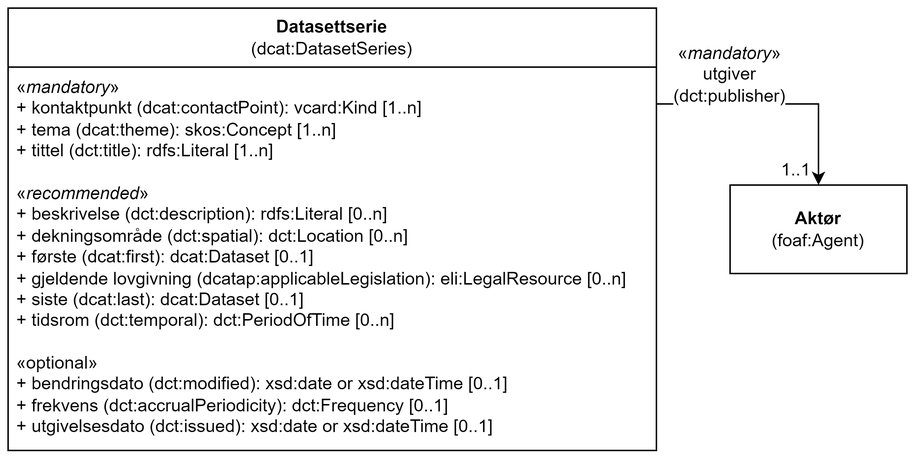
Informasjonsforvaltning/dcat-ap-no keeps this draw.io diagram as docs/images/Klassen-Datasettserie.png. Above is the earlier version. Source tidied: cells renumbered, new cells last; positions are measured from the earlier drawing's top-left corner, leaving out a move shared by most shapes. Source of this version:
```xml
<mxGraphModel>
  <root>
    <mxCell id="0" />
    <mxCell id="1" parent="0" />
    <mxCell id="2" value="Datasettserie&lt;br&gt;&lt;span style=&quot;font-weight: normal;&quot;&gt;(dcat:DatasetSeries)&lt;/span&gt;" style="swimlane;whiteSpace=wrap;html=1;startSize=40;" parent="1" vertex="1">
      <mxGeometry width="440" height="300" as="geometry" />
    </mxCell>
    <mxCell id="3" value="«&lt;i&gt;mandatory&lt;/i&gt;»&lt;br&gt;+ kontaktpunkt (dcat:contactPoint): vcard:Kind [1..n]&lt;br&gt;+ tema (dcat:theme): skos:Concept [1..n]&lt;br&gt;+ tittel (dct:title): rdfs:Literal [1..n]&lt;br&gt;&lt;br&gt;&lt;div&gt;«&lt;i&gt;recommended&lt;/i&gt;»&lt;/div&gt;&lt;div&gt;+ beskrivelse (dct:description): rdfs:Literal [0..n]&lt;/div&gt;&lt;div&gt;+ dekningsområde (dct:spatial): dct:Location [0..n]&lt;/div&gt;&lt;div&gt;+ første (dcat:first): dcat:Dataset [0..1]&lt;/div&gt;&lt;div&gt;+ gjeldende lovgivning (dcatap:applicableLegislation): eli:LegalResource [0..n]&lt;/div&gt;&lt;div&gt;+ siste (dcat:last): dcat:Dataset [0..1]&lt;/div&gt;&lt;div&gt;+ tidsrom (dct:temporal): dct:PeriodOfTime [0..n]&lt;/div&gt;&lt;div&gt;&lt;br&gt;&lt;/div&gt;&lt;div&gt;&lt;div&gt;«optional»&lt;/div&gt;&lt;div&gt;+ bendringsdato (dct:modified): xsd:date or xsd:dateTime [0..1]&lt;/div&gt;&lt;div&gt;+ frekvens (dct:accrualPeriodicity): dct:Frequency [0..1]&lt;/div&gt;&lt;div&gt;+ utgivelsesdato (dct:issued): xsd:date or xsd:dateTime [0..1]&lt;/div&gt;&lt;/div&gt;" style="text;strokeColor=none;fillColor=none;align=left;verticalAlign=top;spacingLeft=4;spacingRight=4;overflow=hidden;whiteSpace=wrap;html=1;" parent="2" vertex="1">
      <mxGeometry y="40" width="430" height="260" as="geometry" />
    </mxCell>
    <mxCell id="4" value="&lt;b&gt;Aktør&lt;/b&gt;&lt;br&gt;(foaf:Agent)" style="rounded=0;whiteSpace=wrap;html=1;" parent="1" vertex="1">
      <mxGeometry x="490" y="120" width="120" height="60" as="geometry" />
    </mxCell>
    <mxCell id="5" style="endArrow=classic;html=1;rounded=0;entryX=0.5;entryY=0;entryDx=0;entryDy=0;" parent="1" edge="1" target="4">
      <mxGeometry relative="1" as="geometry">
        <mxPoint x="440" y="65" as="sourcePoint" />
        <Array as="points">
          <mxPoint x="550" y="65" />
        </Array>
      </mxGeometry>
    </mxCell>
    <mxCell id="6" value="&lt;span style=&quot;background-color: rgb(255, 255, 255);&quot;&gt;«&lt;i style=&quot;border-color: var(--border-color); text-align: left;&quot;&gt;mandatory&lt;/i&gt;&lt;span style=&quot;text-align: left;&quot;&gt;»&lt;br&gt;&lt;/span&gt;utgiver (dct:publisher)&lt;/span&gt;" style="text;html=1;strokeColor=none;fillColor=none;align=center;verticalAlign=middle;whiteSpace=wrap;rounded=0;" parent="1" vertex="1">
      <mxGeometry x="460" y="30" width="60" height="30" as="geometry" />
    </mxCell>
    <mxCell id="7" value="1..1" style="text;html=1;strokeColor=none;fillColor=none;align=center;verticalAlign=middle;whiteSpace=wrap;rounded=0;" parent="1" vertex="1">
      <mxGeometry x="520" y="100" width="30" height="20" as="geometry" />
    </mxCell>
  </root>
</mxGraphModel>
```
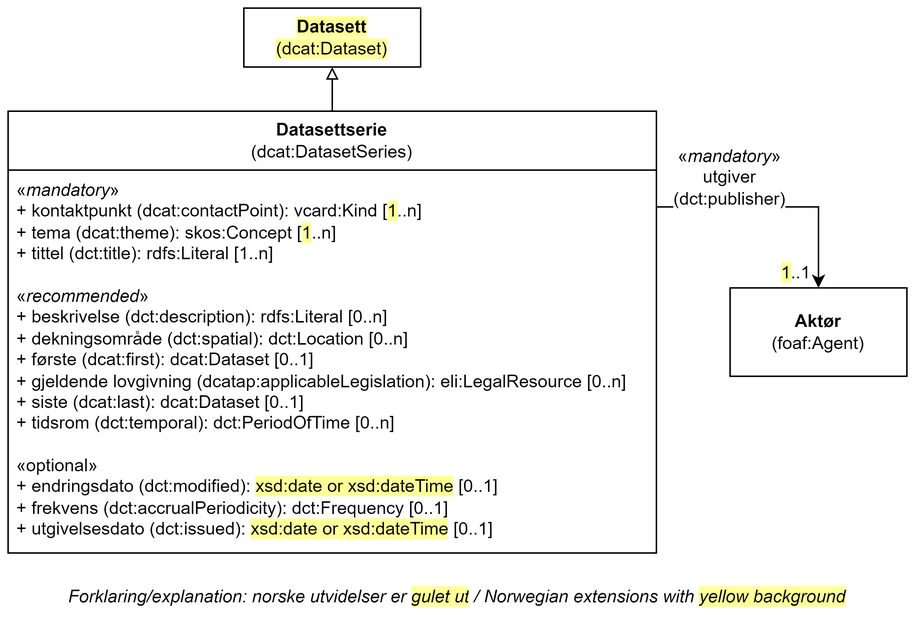
After the commit.

Commit message:
Oppdaterer norsk utvidelse, Datasettserie

Diff of the diagram source:
```diff
@@ -5,7 +5,7 @@
     <mxCell id="2" value="Datasettserie&lt;br&gt;&lt;span style=&quot;font-weight: normal;&quot;&gt;(dcat:DatasetSeries)&lt;/span&gt;" style="swimlane;whiteSpace=wrap;html=1;startSize=40;" parent="1" vertex="1">
       <mxGeometry width="440" height="300" as="geometry" />
     </mxCell>
-    <mxCell id="3" value="«&lt;i&gt;mandatory&lt;/i&gt;»&lt;br&gt;+ kontaktpunkt (dcat:contactPoint): vcard:Kind [1..n]&lt;br&gt;+ tema (dcat:theme): skos:Concept [1..n]&lt;br&gt;+ tittel (dct:title): rdfs:Literal [1..n]&lt;br&gt;&lt;br&gt;&lt;div&gt;«&lt;i&gt;recommended&lt;/i&gt;»&lt;/div&gt;&lt;div&gt;+ beskrivelse (dct:description): rdfs:Literal [0..n]&lt;/div&gt;&lt;div&gt;+ dekningsområde (dct:spatial): dct:Location [0..n]&lt;/div&gt;&lt;div&gt;+ første (dcat:first): dcat:Dataset [0..1]&lt;/div&gt;&lt;div&gt;+ gjeldende lovgivning (dcatap:applicableLegislation): eli:LegalResource [0..n]&lt;/div&gt;&lt;div&gt;+ siste (dcat:last): dcat:Dataset [0..1]&lt;/div&gt;&lt;div&gt;+ tidsrom (dct:temporal): dct:PeriodOfTime [0..n]&lt;/div&gt;&lt;div&gt;&lt;br&gt;&lt;/div&gt;&lt;div&gt;&lt;div&gt;«optional»&lt;/div&gt;&lt;div&gt;+ bendringsdato (dct:modified): xsd:date or xsd:dateTime [0..1]&lt;/div&gt;&lt;div&gt;+ frekvens (dct:accrualPeriodicity): dct:Frequency [0..1]&lt;/div&gt;&lt;div&gt;+ utgivelsesdato (dct:issued): xsd:date or xsd:dateTime [0..1]&lt;/div&gt;&lt;/div&gt;" style="text;strokeColor=none;fillColor=none;align=left;verticalAlign=top;spacingLeft=4;spacingRight=4;overflow=hidden;whiteSpace=wrap;html=1;" parent="2" vertex="1">
+    <mxCell id="3" value="«&lt;i&gt;mandatory&lt;/i&gt;»&lt;br&gt;+ kontaktpunkt (dcat:contactPoint): vcard:Kind [&lt;span style=&quot;background-color: rgb(255, 255, 153);&quot;&gt;1&lt;/span&gt;..n]&lt;br&gt;+ tema (dcat:theme): skos:Concept [&lt;span style=&quot;background-color: rgb(255, 255, 153);&quot;&gt;1&lt;/span&gt;..n]&lt;br&gt;+ tittel (dct:title): rdfs:Literal [1..n]&lt;br&gt;&lt;br&gt;&lt;div&gt;«&lt;i&gt;recommended&lt;/i&gt;»&lt;/div&gt;&lt;div&gt;+ beskrivelse (dct:description): rdfs:Literal [0..n]&lt;/div&gt;&lt;div&gt;+ dekningsområde (dct:spatial): dct:Location [0..n]&lt;/div&gt;&lt;div&gt;+ første (dcat:first): dcat:Dataset [0..1]&lt;/div&gt;&lt;div&gt;+ gjeldende lovgivning (dcatap:applicableLegislation): eli:LegalResource [0..n]&lt;/div&gt;&lt;div&gt;+ siste (dcat:last): dcat:Dataset [0..1]&lt;/div&gt;&lt;div&gt;+ tidsrom (dct:temporal): dct:PeriodOfTime [0..n]&lt;/div&gt;&lt;div&gt;&lt;br&gt;&lt;/div&gt;&lt;div&gt;&lt;div&gt;«optional»&lt;/div&gt;&lt;div&gt;+ endringsdato (dct:modified): &lt;span style=&quot;background-color: rgb(255, 255, 153);&quot;&gt;xsd:date or xsd:dateTime&lt;/span&gt; [0..1]&lt;/div&gt;&lt;div&gt;+ frekvens (dct:accrualPeriodicity): dct:Frequency [0..1]&lt;/div&gt;&lt;div&gt;+ utgivelsesdato (dct:issued): &lt;span style=&quot;background-color: rgb(255, 255, 153);&quot;&gt;xsd:date or xsd:dateTime&lt;/span&gt; [0..1]&lt;/div&gt;&lt;/div&gt;" style="text;strokeColor=none;fillColor=none;align=left;verticalAlign=top;spacingLeft=4;spacingRight=4;overflow=hidden;whiteSpace=wrap;html=1;" parent="2" vertex="1">
       <mxGeometry y="40" width="430" height="260" as="geometry" />
     </mxCell>
     <mxCell id="4" value="&lt;b&gt;Aktør&lt;/b&gt;&lt;br&gt;(foaf:Agent)" style="rounded=0;whiteSpace=wrap;html=1;" parent="1" vertex="1">
@@ -22,8 +22,19 @@
     <mxCell id="6" value="&lt;span style=&quot;background-color: rgb(255, 255, 255);&quot;&gt;«&lt;i style=&quot;border-color: var(--border-color); text-align: left;&quot;&gt;mandatory&lt;/i&gt;&lt;span style=&quot;text-align: left;&quot;&gt;»&lt;br&gt;&lt;/span&gt;utgiver (dct:publisher)&lt;/span&gt;" style="text;html=1;strokeColor=none;fillColor=none;align=center;verticalAlign=middle;whiteSpace=wrap;rounded=0;" parent="1" vertex="1">
       <mxGeometry x="460" y="30" width="60" height="30" as="geometry" />
     </mxCell>
-    <mxCell id="7" value="1..1" style="text;html=1;strokeColor=none;fillColor=none;align=center;verticalAlign=middle;whiteSpace=wrap;rounded=0;" parent="1" vertex="1">
+    <mxCell id="7" value="&lt;span style=&quot;background-color: rgb(255, 255, 153);&quot;&gt;1&lt;/span&gt;..1" style="text;html=1;strokeColor=none;fillColor=none;align=center;verticalAlign=middle;whiteSpace=wrap;rounded=0;" parent="1" vertex="1">
       <mxGeometry x="520" y="100" width="30" height="20" as="geometry" />
     </mxCell>
+    <mxCell id="8" style="edgeStyle=orthogonalEdgeStyle;rounded=0;jettySize=auto;html=1;exitX=0.5;exitY=0;exitDx=0;exitDy=0;endArrow=block;endFill=0;" parent="1" edge="1" target="9">
+      <mxGeometry relative="1" as="geometry">
+        <mxPoint x="220" as="sourcePoint" />
+      </mxGeometry>
+    </mxCell>
+    <mxCell id="9" value="&lt;span style=&quot;background-color: rgb(255, 255, 153);&quot;&gt;&lt;b&gt;Datasett&lt;br&gt;&lt;/b&gt;(dcat:Dataset)&lt;/span&gt;" style="rounded=0;whiteSpace=wrap;html=1;" parent="1" vertex="1">
+      <mxGeometry x="160" y="-70" width="120" height="40" as="geometry" />
+    </mxCell>
+    <mxCell id="10" value="Forklaring/explanation: norske utvidelser er&amp;nbsp;&lt;span style=&quot;background-color: rgb(255, 255, 153);&quot;&gt;gulet ut&lt;/span&gt;&lt;span style=&quot;background-color: rgb(255 , 255 , 255)&quot;&gt;&amp;nbsp;/&amp;nbsp;Norwegian extensions with &lt;/span&gt;&lt;span style=&quot;background-color: rgb(255, 255, 153);&quot;&gt;yellow background&lt;/span&gt;" style="text;html=1;strokeColor=none;fillColor=none;align=center;verticalAlign=middle;whiteSpace=wrap;rounded=0;fontStyle=2;" parent="1" vertex="1">
+      <mxGeometry y="320" width="610" height="20" as="geometry" />
+    </mxCell>
   </root>
 </mxGraphModel>
```
